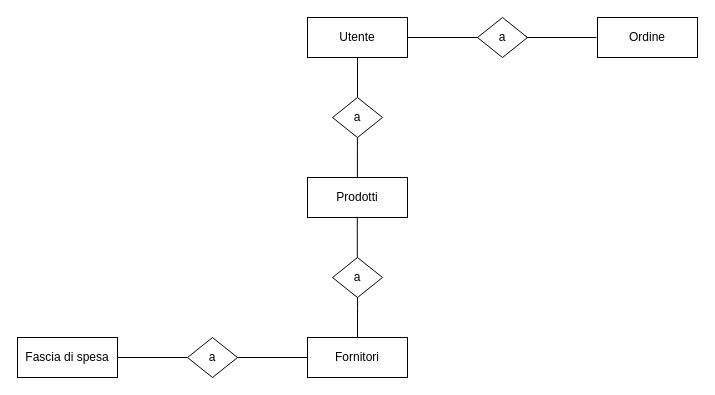
peetceenatoo/primo-sito-web keeps this draw.io diagram as Diagramma ER.drawio. Above is the earlier version. Source tidied: cells renumbered, new cells numbered last; positions are measured from the earlier drawing's top-left corner, leaving out a move shared by most shapes. Both pictures are drawn from the tidied source at 100%, with x=0, y=0 at pixel (17, 17).
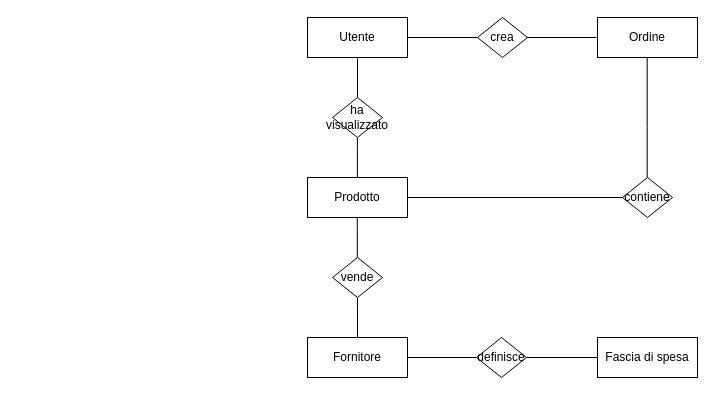
The same page after the edit.

Commit message:
Diagramma ER finito

What changed in the source:
```diff
@@
-    <mxCell id="5" value="Prodotti" style="whiteSpace=wrap;html=1;align=center;fontSize=12;" parent="1" vertex="1">
+    <mxCell id="5" value="Prodotto" style="whiteSpace=wrap;html=1;align=center;fontSize=12;" parent="1" vertex="1">
       <mxGeometry x="290" y="160" width="100" height="40" as="geometry" />
     </mxCell>
-    <mxCell id="6" value="Fornitori" style="whiteSpace=wrap;html=1;align=center;fontSize=12;" parent="1" vertex="1">
+    <mxCell id="6" value="Fornitore" style="whiteSpace=wrap;html=1;align=center;fontSize=12;" parent="1" vertex="1">
       <mxGeometry x="290" y="320" width="100" height="40" as="geometry" />
     </mxCell>
     <mxCell id="7" value="Fascia di spesa" style="whiteSpace=wrap;html=1;align=center;fontSize=12;" parent="1" vertex="1">
-      <mxGeometry y="320" width="100" height="40" as="geometry" />
+      <mxGeometry x="580" y="320" width="100" height="40" as="geometry" />
     </mxCell>
@@
-    <mxCell id="9" value="a" style="shape=rhombus;perimeter=rhombusPerimeter;whiteSpace=wrap;html=1;align=center;fontSize=12;" parent="1" vertex="1">
+    <mxCell id="9" value="ha visualizzato" style="shape=rhombus;perimeter=rhombusPerimeter;whiteSpace=wrap;html=1;align=center;fontSize=12;" parent="1" vertex="1">
       <mxGeometry x="315" y="80" width="50" height="40" as="geometry" />
     </mxCell>
-    <mxCell id="10" value="a" style="shape=rhombus;perimeter=rhombusPerimeter;whiteSpace=wrap;html=1;align=center;fontSize=12;" parent="1" vertex="1">
+    <mxCell id="10" value="crea" style="shape=rhombus;perimeter=rhombusPerimeter;whiteSpace=wrap;html=1;align=center;fontSize=12;" parent="1" vertex="1">
       <mxGeometry x="460" width="50" height="40" as="geometry" />
     </mxCell>
-    <mxCell id="11" value="a" style="shape=rhombus;perimeter=rhombusPerimeter;whiteSpace=wrap;html=1;align=center;fontSize=12;" parent="1" vertex="1">
+    <mxCell id="11" value="vende" style="shape=rhombus;perimeter=rhombusPerimeter;whiteSpace=wrap;html=1;align=center;fontSize=12;" parent="1" vertex="1">
       <mxGeometry x="315" y="240" width="50" height="40" as="geometry" />
     </mxCell>
-    <mxCell id="12" value="a" style="shape=rhombus;perimeter=rhombusPerimeter;whiteSpace=wrap;html=1;align=center;fontSize=12;" parent="1" vertex="1">
-      <mxGeometry x="170" y="320" width="50" height="40" as="geometry" />
-    </mxCell>
@@
-    <mxCell id="15" style="line;strokeWidth=1;dashed=0;labelPosition=center;align=center;verticalAlign=middle;spacingTop=0;spacingLeft=6;verticalLabelPosition=middle;" parent="1" vertex="1">
-      <mxGeometry x="100" y="335" width="70" height="10" as="geometry" />
-    </mxCell>
-    <mxCell id="16" style="line;strokeWidth=1;dashed=0;labelPosition=center;align=center;verticalAlign=middle;spacingTop=0;spacingLeft=6;verticalLabelPosition=middle;" parent="1" vertex="1">
-      <mxGeometry x="220" y="335" width="70" height="10" as="geometry" />
-    </mxCell>
@@
+    <mxCell id="20" value="contiene" style="shape=rhombus;perimeter=rhombusPerimeter;whiteSpace=wrap;html=1;align=center;fontSize=12;" parent="1" vertex="1">
+      <mxGeometry x="605" y="160" width="50" height="40" as="geometry" />
+    </mxCell>
+    <mxCell id="21" style="edgeStyle=orthogonalEdgeStyle;rounded=0;orthogonalLoop=1;jettySize=auto;html=1;endArrow=none;endFill=0;" parent="1" edge="1">
+      <mxGeometry relative="1" as="geometry">
+        <mxPoint x="629.7" y="40" as="sourcePoint" />
+        <mxPoint x="629.7" y="160" as="targetPoint" />
+        <Array as="points">
+          <mxPoint x="629.7" y="110" />
+        </Array>
+      </mxGeometry>
+    </mxCell>
+    <mxCell id="22" style="line;strokeWidth=1;dashed=0;labelPosition=center;align=center;verticalAlign=middle;spacingTop=0;spacingLeft=6;verticalLabelPosition=middle;" parent="1" vertex="1">
+      <mxGeometry x="390" y="175" width="215" height="10" as="geometry" />
+    </mxCell>
+    <mxCell id="23" value="definisce" style="shape=rhombus;perimeter=rhombusPerimeter;whiteSpace=wrap;html=1;align=center;fontSize=12;" parent="1" vertex="1">
+      <mxGeometry x="459" y="320" width="50" height="40" as="geometry" />
+    </mxCell>
+    <mxCell id="24" style="line;strokeWidth=1;dashed=0;labelPosition=center;align=center;verticalAlign=middle;spacingTop=0;spacingLeft=6;verticalLabelPosition=middle;" parent="1" vertex="1">
+      <mxGeometry x="390" y="335" width="69" height="10" as="geometry" />
+    </mxCell>
+    <mxCell id="25" style="line;strokeWidth=1;dashed=0;labelPosition=center;align=center;verticalAlign=middle;spacingTop=0;spacingLeft=6;verticalLabelPosition=middle;" parent="1" vertex="1">
+      <mxGeometry x="509" y="335" width="71" height="10" as="geometry" />
+    </mxCell>
```
